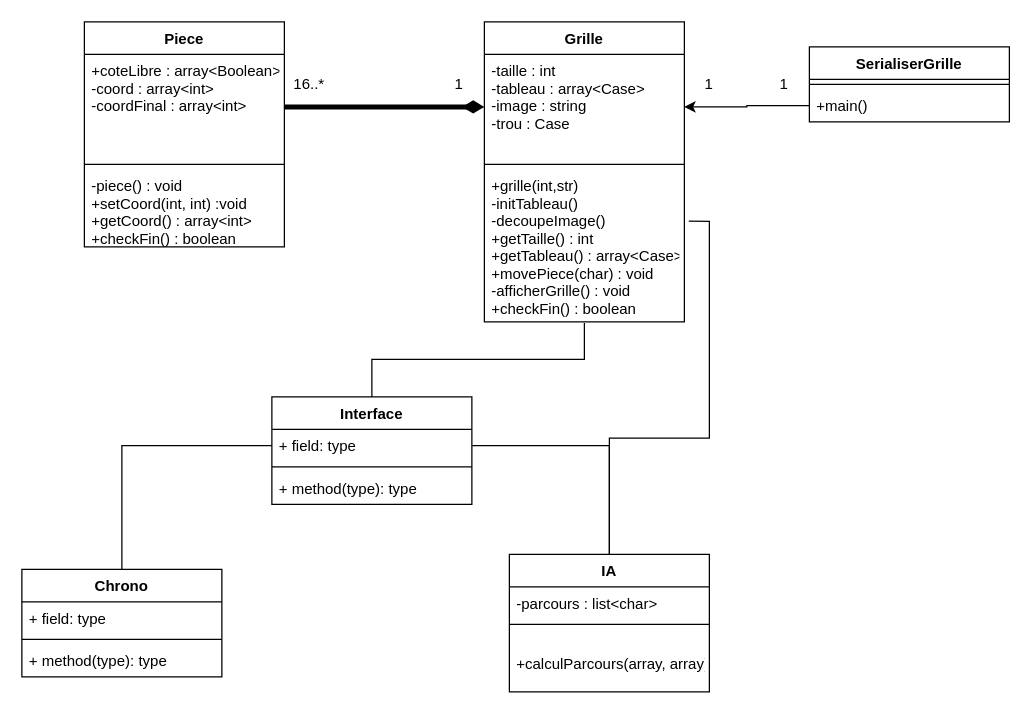
This is Diagramme_Classes.drawio from tiphainewo/Projet-Taquin, a draw.io file, before an edit. Source tidied: cells renumbered, new cells numbered last; positions are measured from the earlier drawing's top-left corner, leaving out a move shared by most shapes. Both pictures are drawn from the tidied source at 125%, with x=0, y=0 at pixel (21, 21).
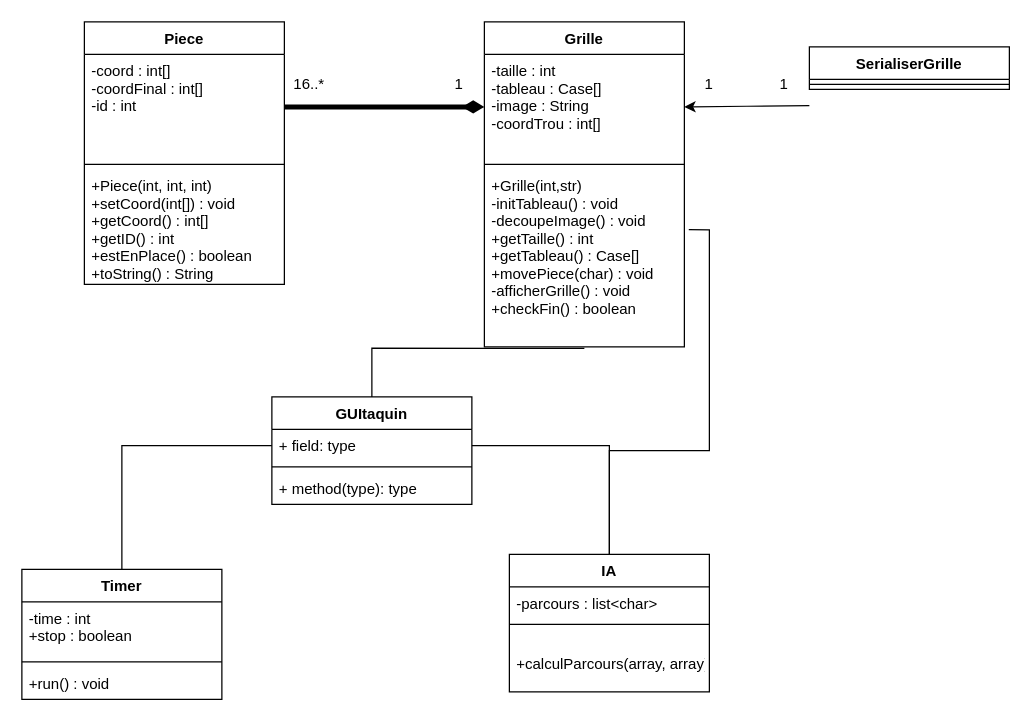
Above is the later version.

The edit, as a diff of the source:
```diff
@@
     <mxCell id="9" value="Grille" style="swimlane;fontStyle=1;align=center;verticalAlign=top;horizontal=1;startSize=26;" parent="1" vertex="1">
-      <mxGeometry x="370" width="160" height="240" as="geometry" />
+      <mxGeometry x="370" width="160" height="260" as="geometry" />
     </mxCell>
-    <mxCell id="10" value="-taille : int&#10;-tableau : array&lt;Case&gt;&#10;-image : string&#10;-trou : Case" style="text;strokeColor=none;fillColor=none;align=left;verticalAlign=top;spacingLeft=4;spacingRight=4;overflow=hidden;points=[[0,0.5],[1,0.5]];portConstraint=eastwest;glass=0;" parent="9" vertex="1">
+    <mxCell id="10" value="-taille : int&#10;-tableau : Case[]&#10;-image : String&#10;-coordTrou : int[]" style="text;strokeColor=none;fillColor=none;align=left;verticalAlign=top;spacingLeft=4;spacingRight=4;overflow=hidden;points=[[0,0.5],[1,0.5]];portConstraint=eastwest;glass=0;" parent="9" vertex="1">
       <mxGeometry y="26" width="160" height="84" as="geometry" />
     </mxCell>
@@
-    <mxCell id="12" value="+grille(int,str)&#10;-initTableau()&#10;-decoupeImage()&#10;+getTaille() : int&#10;+getTableau() : array&lt;Case&gt;&#10;+movePiece(char) : void&#10;-afficherGrille() : void&#10;+checkFin() : boolean" style="text;strokeColor=none;fillColor=none;align=left;verticalAlign=top;spacingLeft=4;spacingRight=4;overflow=hidden;points=[[0,0.5],[1,0.5]];portConstraint=eastwest;" parent="9" vertex="1">
-      <mxGeometry y="118" width="160" height="122" as="geometry" />
+    <mxCell id="12" value="+Grille(int,str)&#10;-initTableau() : void&#10;-decoupeImage() : void&#10;+getTaille() : int&#10;+getTableau() : Case[]&#10;+movePiece(char) : void&#10;-afficherGrille() : void&#10;+checkFin() : boolean" style="text;strokeColor=none;fillColor=none;align=left;verticalAlign=top;spacingLeft=4;spacingRight=4;overflow=hidden;points=[[0,0.5],[1,0.5]];portConstraint=eastwest;" parent="9" vertex="1">
+      <mxGeometry y="118" width="160" height="142" as="geometry" />
     </mxCell>
     <mxCell id="13" value="Piece" style="swimlane;fontStyle=1;align=center;verticalAlign=top;horizontal=1;startSize=26;" parent="1" vertex="1">
-      <mxGeometry x="50" width="160" height="180" as="geometry" />
+      <mxGeometry x="50" width="160" height="210" as="geometry" />
     </mxCell>
-    <mxCell id="14" value="+coteLibre : array&lt;Boolean&gt;&#10;-coord : array&lt;int&gt;&#10;-coordFinal : array&lt;int&gt;" style="text;strokeColor=none;fillColor=none;align=left;verticalAlign=top;spacingLeft=4;spacingRight=4;overflow=hidden;points=[[0,0.5],[1,0.5]];portConstraint=eastwest;" parent="13" vertex="1">
+    <mxCell id="14" value="-coord : int[]&#10;-coordFinal : int[]&#10;-id : int " style="text;strokeColor=none;fillColor=none;align=left;verticalAlign=top;spacingLeft=4;spacingRight=4;overflow=hidden;points=[[0,0.5],[1,0.5]];portConstraint=eastwest;" parent="13" vertex="1">
       <mxGeometry y="26" width="160" height="84" as="geometry" />
     </mxCell>
@@
-    <mxCell id="16" value="-piece() : void&#10;+setCoord(int, int) :void&#10;+getCoord() : array&lt;int&gt;&#10;+checkFin() : boolean" style="text;strokeColor=none;fillColor=none;align=left;verticalAlign=top;spacingLeft=4;spacingRight=4;overflow=hidden;" parent="13" vertex="1">
-      <mxGeometry y="118" width="160" height="62" as="geometry" />
+    <mxCell id="16" value="+Piece(int, int, int)&#10;+setCoord(int[]) : void&#10;+getCoord() : int[]&#10;+getID() : int&#10;+estEnPlace() : boolean&#10;+toString() : String" style="text;strokeColor=none;fillColor=none;align=left;verticalAlign=top;spacingLeft=4;spacingRight=4;overflow=hidden;" parent="13" vertex="1">
+      <mxGeometry y="118" width="160" height="92" as="geometry" />
     </mxCell>
-    <mxCell id="17" value="Interface" style="swimlane;fontStyle=1;align=center;verticalAlign=top;horizontal=1;startSize=26;" parent="1" vertex="1">
+    <mxCell id="17" value="GUItaquin" style="swimlane;fontStyle=1;align=center;verticalAlign=top;horizontal=1;startSize=26;" parent="1" vertex="1">
       <mxGeometry x="200" y="300" width="160" height="86" as="geometry" />
     </mxCell>
@@
-    <mxCell id="25" value="Chrono" style="swimlane;fontStyle=1;align=center;verticalAlign=top;horizontal=1;startSize=26;glass=0;" parent="1" vertex="1">
-      <mxGeometry y="438" width="160" height="86" as="geometry" />
+    <mxCell id="25" value="Timer" style="swimlane;fontStyle=1;align=center;verticalAlign=top;horizontal=1;startSize=26;glass=0;" parent="1" vertex="1">
+      <mxGeometry y="438" width="160" height="104" as="geometry" />
     </mxCell>
-    <mxCell id="26" value="+ field: type" style="text;strokeColor=none;fillColor=none;align=left;verticalAlign=top;spacingLeft=4;spacingRight=4;overflow=hidden;" parent="25" vertex="1">
-      <mxGeometry y="26" width="160" height="26" as="geometry" />
+    <mxCell id="26" value="-time : int&#10;+stop : boolean" style="text;strokeColor=none;fillColor=none;align=left;verticalAlign=top;spacingLeft=4;spacingRight=4;overflow=hidden;" parent="25" vertex="1">
+      <mxGeometry y="26" width="160" height="44" as="geometry" />
     </mxCell>
     <mxCell id="27" style="line;strokeWidth=1;fillColor=none;align=left;verticalAlign=middle;spacingTop=-1;spacingLeft=3;spacingRight=3;labelPosition=right;" parent="25" vertex="1">
-      <mxGeometry y="52" width="160" height="8" as="geometry" />
+      <mxGeometry y="70" width="160" height="8" as="geometry" />
     </mxCell>
-    <mxCell id="28" value="+ method(type): type" style="text;strokeColor=none;fillColor=none;align=left;verticalAlign=top;spacingLeft=4;spacingRight=4;overflow=hidden;" parent="25" vertex="1">
-      <mxGeometry y="60" width="160" height="26" as="geometry" />
+    <mxCell id="28" value="+run() : void" style="text;strokeColor=none;fillColor=none;align=left;verticalAlign=top;spacingLeft=4;spacingRight=4;overflow=hidden;" parent="25" vertex="1">
+      <mxGeometry y="78" width="160" height="26" as="geometry" />
     </mxCell>
-    <mxCell id="29" style="edgeStyle=orthogonalEdgeStyle;rounded=0;jettySize=auto;html=1;entryX=1;entryY=0.5;entryDx=0;entryDy=0;" parent="1" edge="1" source="34" target="10">
-      <mxGeometry relative="1" as="geometry" />
+    <mxCell id="29" style="edgeStyle=orthogonalEdgeStyle;rounded=0;jettySize=auto;html=1;entryX=1;entryY=0.5;entryDx=0;entryDy=0;" parent="1" edge="1" target="10">
+      <mxGeometry relative="1" as="geometry">
+        <mxPoint x="630" y="67" as="sourcePoint" />
+      </mxGeometry>
     </mxCell>
@@
     <mxCell id="32" value="SerialiserGrille" style="swimlane;fontStyle=1;align=center;verticalAlign=top;horizontal=1;startSize=26;" parent="1" vertex="1">
-      <mxGeometry x="630" y="20" width="160" height="60" as="geometry" />
+      <mxGeometry x="630" y="20" width="160" height="34" as="geometry" />
     </mxCell>
@@
-    <mxCell id="34" value="+main()" style="text;strokeColor=none;fillColor=none;align=left;verticalAlign=top;spacingLeft=4;spacingRight=4;overflow=hidden;points=[[0,0.5],[1,0.5]];portConstraint=eastwest;" parent="32" vertex="1">
-      <mxGeometry y="34" width="160" height="26" as="geometry" />
-    </mxCell>
```
